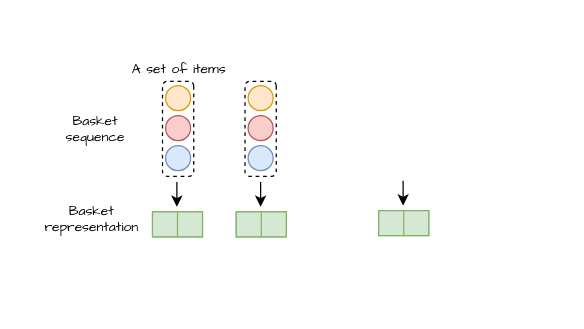
The draw.io diagram 未命名绘图.drawio in wenqisun/data, before the edit. Source tidied: cells renumbered, new cells numbered last; positions are measured from the earlier drawing's top-left corner, leaving out a move shared by most shapes. Both pictures are drawn from the tidied source at 125%, with x=0, y=0 at pixel (54, 48).
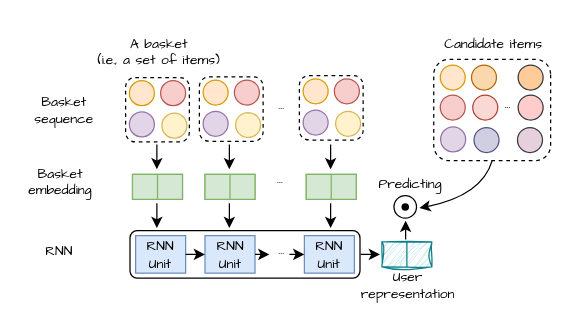
Above is the later version.

Commit message:
更新未命名绘图.drawio

The edit, as a diff of the source:
```diff
@@
-    <mxCell id="2" value="&lt;p style=&quot;line-height: 0%;&quot;&gt;&lt;font face=&quot;Comic Sans MS&quot; style=&quot;font-size: 11px;&quot;&gt;A set of items&lt;/font&gt;&lt;/p&gt;" style="text;strokeColor=none;align=center;fillColor=none;html=1;verticalAlign=middle;whiteSpace=wrap;rounded=0;dashed=1;" parent="1" vertex="1">
-      <mxGeometry x="55" y="0.5" width="90" height="30" as="geometry" />
+    <mxCell id="2" value="&lt;p style=&quot;line-height: 0%;&quot;&gt;&lt;font face=&quot;Comic Sans MS&quot; style=&quot;font-size: 11px;&quot;&gt;A basket&lt;/font&gt;&lt;/p&gt;&lt;p style=&quot;line-height: 0%;&quot;&gt;&lt;font face=&quot;Comic Sans MS&quot; style=&quot;font-size: 11px;&quot;&gt;(i.e., a set of items)&lt;/font&gt;&lt;/p&gt;" style="text;strokeColor=none;align=center;fillColor=none;html=1;verticalAlign=middle;whiteSpace=wrap;rounded=0;dashed=1;" parent="1" vertex="1">
+      <mxGeometry x="5.5" y="-15" width="156" height="33.5" as="geometry" />
     </mxCell>
     <mxCell id="3" value="&lt;p style=&quot;line-height: 0%;&quot;&gt;&lt;font face=&quot;Comic Sans MS&quot; style=&quot;font-size: 11px;&quot;&gt;Basket&lt;/font&gt;&lt;/p&gt;&lt;p style=&quot;line-height: 0%;&quot;&gt;&lt;font face=&quot;Comic Sans MS&quot; style=&quot;font-size: 11px;&quot;&gt;sequence&lt;/font&gt;&lt;/p&gt;" style="text;strokeColor=none;align=center;fillColor=none;html=1;verticalAlign=middle;whiteSpace=wrap;rounded=0;dashed=1;" parent="1" vertex="1">
-      <mxGeometry x="3" y="49" width="60" height="30" as="geometry" />
+      <mxGeometry x="-22" y="34" width="60" height="30" as="geometry" />
     </mxCell>
     <mxCell id="4" style="endArrow=classic;html=1;rounded=0;fontFamily=Comic Sans MS;fontSize=11;" parent="1" edge="1">
       <mxGeometry relative="1" as="geometry">
-        <mxPoint x="98" y="107" as="sourcePoint" />
-        <mxPoint x="98" y="127" as="targetPoint" />
+        <mxPoint x="82" y="77" as="sourcePoint" />
+        <mxPoint x="82" y="97" as="targetPoint" />
       </mxGeometry>
     </mxCell>
     <mxCell id="5" style="group;fillColor=#d5e8d4;strokeColor=#82b366;" parent="1" vertex="1">
-      <mxGeometry x="78.5" y="131" width="40" height="20" as="geometry" />
+      <mxGeometry x="62.5" y="101" width="40" height="20" as="geometry" />
     </mxCell>
@@
-    <mxCell id="8" value="&lt;p style=&quot;line-height: 0%;&quot;&gt;&lt;font face=&quot;Comic Sans MS&quot; style=&quot;font-size: 11px;&quot;&gt;Basket&lt;/font&gt;&lt;/p&gt;&lt;p style=&quot;line-height: 0%;&quot;&gt;&lt;font face=&quot;Comic Sans MS&quot;&gt;&lt;span style=&quot;font-size: 11px;&quot;&gt;representation&lt;/span&gt;&lt;/font&gt;&lt;/p&gt;" style="text;strokeColor=none;align=center;fillColor=none;html=1;verticalAlign=middle;whiteSpace=wrap;rounded=0;dashed=1;" parent="1" vertex="1">
-      <mxGeometry y="121" width="60" height="30" as="geometry" />
+    <mxCell id="8" value="&lt;p style=&quot;line-height: 0%;&quot;&gt;&lt;font face=&quot;Comic Sans MS&quot; style=&quot;font-size: 11px;&quot;&gt;Basket&lt;/font&gt;&lt;/p&gt;&lt;p style=&quot;line-height: 0%;&quot;&gt;&lt;font face=&quot;Comic Sans MS&quot;&gt;&lt;span style=&quot;font-size: 11px;&quot;&gt;embedding&lt;/span&gt;&lt;/font&gt;&lt;/p&gt;" style="text;strokeColor=none;align=center;fillColor=none;html=1;verticalAlign=middle;whiteSpace=wrap;rounded=0;dashed=1;" parent="1" vertex="1">
+      <mxGeometry x="-25" y="91" width="60" height="30" as="geometry" />
     </mxCell>
     <mxCell id="9" style="endArrow=classic;html=1;rounded=0;fontFamily=Comic Sans MS;fontSize=11;" parent="1" edge="1">
       <mxGeometry relative="1" as="geometry">
-        <mxPoint x="165" y="107" as="sourcePoint" />
-        <mxPoint x="165" y="127" as="targetPoint" />
+        <mxPoint x="140" y="77" as="sourcePoint" />
+        <mxPoint x="140" y="97" as="targetPoint" />
       </mxGeometry>
     </mxCell>
     <mxCell id="10" style="group;fillColor=#d5e8d4;strokeColor=#82b366;" parent="1" vertex="1">
-      <mxGeometry x="145.5" y="131" width="40" height="20" as="geometry" />
+      <mxGeometry x="120.5" y="101" width="40" height="20" as="geometry" />
     </mxCell>
@@
     <mxCell id="13" style="endArrow=classic;html=1;rounded=0;fontFamily=Comic Sans MS;fontSize=11;" parent="1" edge="1">
       <mxGeometry relative="1" as="geometry">
-        <mxPoint x="279" y="106" as="sourcePoint" />
-        <mxPoint x="279" y="126" as="targetPoint" />
+        <mxPoint x="221" y="77" as="sourcePoint" />
+        <mxPoint x="221" y="97" as="targetPoint" />
       </mxGeometry>
     </mxCell>
     <mxCell id="14" style="group;fillColor=#d5e8d4;strokeColor=#82b366;" parent="1" vertex="1">
-      <mxGeometry x="259.5" y="130" width="40" height="20" as="geometry" />
+      <mxGeometry x="201.5" y="101" width="40" height="20" as="geometry" />
     </mxCell>
@@
-    <mxCell id="17" style="group;" parent="1" vertex="1">
-      <mxGeometry x="86.5" y="26.5" width="25" height="76" as="geometry" />
-    </mxCell>
+    <mxCell id="27" value="&lt;p style=&quot;line-height: 0%;&quot;&gt;&lt;font face=&quot;Comic Sans MS&quot;&gt;&lt;span style=&quot;font-size: 11px;&quot;&gt;...&lt;/span&gt;&lt;/font&gt;&lt;/p&gt;" style="text;strokeColor=none;align=center;fillColor=none;html=1;verticalAlign=middle;whiteSpace=wrap;rounded=0;dashed=1;" parent="1" vertex="1">
+      <mxGeometry x="166.5" y="30" width="30" height="30" as="geometry" />
+    </mxCell>
+    <mxCell id="28" value="&lt;p style=&quot;line-height: 0%;&quot;&gt;&lt;font face=&quot;Comic Sans MS&quot;&gt;&lt;span style=&quot;font-size: 11px;&quot;&gt;...&lt;/span&gt;&lt;/font&gt;&lt;/p&gt;" style="text;strokeColor=none;align=center;fillColor=none;html=1;verticalAlign=middle;whiteSpace=wrap;rounded=0;dashed=1;" parent="1" vertex="1">
+      <mxGeometry x="165.5" y="89" width="30" height="30" as="geometry" />
+    </mxCell>
+    <mxCell id="29" style="rounded=1;whiteSpace=wrap;html=1;fontFamily=Comic Sans MS;fontSize=11;" parent="1" vertex="1">
+      <mxGeometry x="60.5" y="146" width="184" height="38" as="geometry" />
+    </mxCell>
+    <mxCell id="30" value="&lt;p style=&quot;line-height: 0%;&quot;&gt;&lt;font face=&quot;Comic Sans MS&quot; style=&quot;font-size: 11px;&quot;&gt;RNN&lt;/font&gt;&lt;/p&gt;" style="text;strokeColor=none;align=center;fillColor=none;html=1;verticalAlign=middle;whiteSpace=wrap;rounded=0;dashed=1;" parent="1" vertex="1">
+      <mxGeometry x="-26" y="147" width="60" height="30" as="geometry" />
+    </mxCell>
+    <mxCell id="31" value="RNN&lt;br&gt;Unit" style="rounded=0;whiteSpace=wrap;html=1;fontFamily=Comic Sans MS;fontSize=11;fillColor=#dae8fc;strokeColor=#6c8ebf;" parent="1" vertex="1">
+      <mxGeometry x="65" y="150" width="40" height="30" as="geometry" />
+    </mxCell>
+    <mxCell id="32" value="RNN&lt;br&gt;Unit" style="rounded=0;whiteSpace=wrap;html=1;fontFamily=Comic Sans MS;fontSize=11;fillColor=#dae8fc;strokeColor=#6c8ebf;" parent="1" vertex="1">
+      <mxGeometry x="120.5" y="150" width="40" height="30" as="geometry" />
+    </mxCell>
+    <mxCell id="33" value="RNN&lt;br&gt;Unit" style="rounded=0;whiteSpace=wrap;html=1;fontFamily=Comic Sans MS;fontSize=11;fillColor=#dae8fc;strokeColor=#6c8ebf;" parent="1" vertex="1">
+      <mxGeometry x="200" y="150" width="40" height="30" as="geometry" />
+    </mxCell>
+    <mxCell id="34" style="endArrow=classic;html=1;rounded=0;fontFamily=Comic Sans MS;fontSize=11;" parent="1" edge="1">
+      <mxGeometry relative="1" as="geometry">
+        <mxPoint x="82" y="124" as="sourcePoint" />
+        <mxPoint x="82" y="144" as="targetPoint" />
+      </mxGeometry>
+    </mxCell>
+    <mxCell id="35" style="endArrow=classic;html=1;rounded=0;fontFamily=Comic Sans MS;fontSize=11;" parent="1" edge="1">
+      <mxGeometry relative="1" as="geometry">
+        <mxPoint x="140" y="124" as="sourcePoint" />
+        <mxPoint x="140" y="144" as="targetPoint" />
+      </mxGeometry>
+    </mxCell>
+    <mxCell id="36" style="endArrow=classic;html=1;rounded=0;fontFamily=Comic Sans MS;fontSize=11;exitX=1;exitY=0.5;exitDx=0;exitDy=0;" parent="1" edge="1" source="32">
+      <mxGeometry relative="1" as="geometry">
+        <mxPoint x="172" y="165" as="targetPoint" />
+      </mxGeometry>
+    </mxCell>
+    <mxCell id="37" style="endArrow=classic;html=1;rounded=0;fontFamily=Comic Sans MS;fontSize=11;" parent="1" edge="1">
+      <mxGeometry relative="1" as="geometry">
+        <mxPoint x="221" y="124" as="sourcePoint" />
+        <mxPoint x="221" y="144" as="targetPoint" />
+      </mxGeometry>
+    </mxCell>
+    <mxCell id="38" style="endArrow=classic;html=1;rounded=0;fontFamily=Comic Sans MS;fontSize=11;entryX=0;entryY=0.5;entryDx=0;entryDy=0;exitX=1;exitY=0.5;exitDx=0;exitDy=0;" parent="1" edge="1" source="31" target="32">
+      <mxGeometry relative="1" as="geometry" />
+    </mxCell>
+    <mxCell id="39" style="endArrow=classic;html=1;rounded=0;fontFamily=Comic Sans MS;fontSize=11;entryX=0;entryY=0.5;entryDx=0;entryDy=0;" parent="1" edge="1" target="33">
+      <mxGeometry relative="1" as="geometry">
+        <mxPoint x="188" y="165" as="sourcePoint" />
+      </mxGeometry>
+    </mxCell>
+    <mxCell id="40" value="&lt;p style=&quot;line-height: 0%;&quot;&gt;&lt;font face=&quot;Comic Sans MS&quot;&gt;&lt;span style=&quot;font-size: 11px;&quot;&gt;...&lt;/span&gt;&lt;/font&gt;&lt;/p&gt;" style="text;strokeColor=none;align=center;fillColor=none;html=1;verticalAlign=middle;whiteSpace=wrap;rounded=0;dashed=1;" parent="1" vertex="1">
+      <mxGeometry x="166.5" y="146" width="30" height="30" as="geometry" />
+    </mxCell>
+    <mxCell id="41" style="endArrow=classic;html=1;rounded=0;fontFamily=Comic Sans MS;fontSize=11;entryX=0;entryY=0.5;entryDx=0;entryDy=0;exitX=1;exitY=0.5;exitDx=0;exitDy=0;" parent="1" edge="1">
+      <mxGeometry relative="1" as="geometry">
+        <mxPoint x="245" y="165" as="sourcePoint" />
+        <mxPoint x="260.5" y="165" as="targetPoint" />
+      </mxGeometry>
+    </mxCell>
+    <mxCell id="42" value="&lt;p style=&quot;line-height: 0%;&quot;&gt;&lt;font face=&quot;Comic Sans MS&quot;&gt;&lt;span style=&quot;font-size: 11px;&quot;&gt;User&lt;/span&gt;&lt;/font&gt;&lt;/p&gt;&lt;p style=&quot;line-height: 0%;&quot;&gt;&lt;font face=&quot;Comic Sans MS&quot;&gt;&lt;span style=&quot;font-size: 11px;&quot;&gt;representation&lt;/span&gt;&lt;/font&gt;&lt;/p&gt;" style="text;strokeColor=none;align=center;fillColor=none;html=1;verticalAlign=middle;whiteSpace=wrap;rounded=0;dashed=1;" parent="1" vertex="1">
+      <mxGeometry x="242.5" y="178" width="80" height="22" as="geometry" />
+    </mxCell>
+    <mxCell id="43" style="group;" parent="1" vertex="1">
+      <mxGeometry x="270.7" y="117" width="20" height="20" as="geometry" />
+    </mxCell>
+    <mxCell id="44" style="ellipse;whiteSpace=wrap;html=1;fontFamily=Comic Sans MS;fontSize=11;" parent="43" vertex="1">
+      <mxGeometry x="1" y="1" width="18" height="18" as="geometry" />
+    </mxCell>
+    <mxCell id="45" style="shape=waypoint;sketch=0;fillStyle=solid;size=6;fillColor=none;perimeter=centerPerimeter;fontFamily=Comic Sans MS;fontSize=3;" parent="43" vertex="1">
+      <mxGeometry width="20" height="20" as="geometry" />
+    </mxCell>
+    <mxCell id="46" style="rounded=0;whiteSpace=wrap;html=1;fontFamily=Comic Sans MS;fontSize=11;fillColor=#b0e3e6;strokeColor=#0e8088;sketch=1;curveFitting=1;jiggle=2;" parent="1" vertex="1">
+      <mxGeometry x="262" y="155" width="40" height="20" as="geometry" />
+    </mxCell>
+    <mxCell id="47" style="endArrow=none;html=1;rounded=0;fontFamily=Comic Sans MS;fontSize=11;entryX=0.5;entryY=0;entryDx=0;entryDy=0;exitX=0.5;exitY=1;exitDx=0;exitDy=0;fillColor=#b0e3e6;strokeColor=#0e8088;" parent="1" edge="1" source="46" target="46">
+      <mxGeometry relative="1" as="geometry" />
+    </mxCell>
+    <mxCell id="48" style="curved=1;endArrow=classic;html=1;rounded=1;fontFamily=Comic Sans MS;fontSize=3;startSize=1;endSize=6;exitX=1;exitY=0.5;exitDx=0;exitDy=0;" parent="1" edge="1" source="65">
+      <mxGeometry relative="1" as="geometry">
+        <mxPoint x="292" y="128" as="targetPoint" />
+        <Array as="points">
+          <mxPoint x="342" y="118" />
+        </Array>
+      </mxGeometry>
+    </mxCell>
+    <mxCell id="49" style="endArrow=classic;html=1;rounded=0;fontFamily=Comic Sans MS;fontSize=11;exitX=0.5;exitY=0;exitDx=0;exitDy=0;" parent="1" edge="1">
+      <mxGeometry relative="1" as="geometry">
+        <mxPoint x="281" y="153" as="sourcePoint" />
+        <mxPoint x="281" y="138" as="targetPoint" />
+      </mxGeometry>
+    </mxCell>
+    <mxCell id="50" style="group;" parent="1" vertex="1">
+      <mxGeometry x="57" y="23.5" width="51" height="51.5" as="geometry" />
+    </mxCell>
-    <mxCell id="18" style="rounded=1;whiteSpace=wrap;html=1;dashed=1;direction=south;" parent="17" vertex="1">
-      <mxGeometry width="25" height="76" as="geometry" />
+    <mxCell id="18" style="rounded=1;whiteSpace=wrap;html=1;dashed=1;direction=south;" parent="50" vertex="1">
+      <mxGeometry width="51" height="51.5" as="geometry" />
     </mxCell>
-    <mxCell id="19" style="ellipse;whiteSpace=wrap;html=1;fillColor=#ffe6cc;strokeColor=#d79b00;" parent="17" vertex="1">
-      <mxGeometry x="2.5" y="3.5" width="20" height="20" as="geometry" />
+    <mxCell id="19" style="ellipse;whiteSpace=wrap;html=1;fillColor=#ffe6cc;strokeColor=#d79b00;" parent="50" vertex="1">
+      <mxGeometry x="3" y="2.5" width="20" height="20" as="geometry" />
     </mxCell>
-    <mxCell id="20" style="ellipse;whiteSpace=wrap;html=1;fillColor=#dae8fc;strokeColor=#6c8ebf;" parent="17" vertex="1">
-      <mxGeometry x="2.5" y="51.5" width="20" height="20" as="geometry" />
+    <mxCell id="20" style="ellipse;whiteSpace=wrap;html=1;fillColor=#e1d5e7;strokeColor=#9673a6;" parent="50" vertex="1">
+      <mxGeometry x="3" y="27.5" width="20" height="20" as="geometry" />
     </mxCell>
-    <mxCell id="21" style="ellipse;whiteSpace=wrap;html=1;fillColor=#f8cecc;strokeColor=#b85450;" parent="17" vertex="1">
-      <mxGeometry x="2.5" y="27.5" width="20" height="20" as="geometry" />
+    <mxCell id="21" style="ellipse;whiteSpace=wrap;html=1;fillColor=#f8cecc;strokeColor=#b85450;" parent="50" vertex="1">
+      <mxGeometry x="28" y="2.5" width="20" height="20" as="geometry" />
     </mxCell>
-    <mxCell id="22" style="group;" parent="1" vertex="1">
-      <mxGeometry x="152.5" y="26.5" width="25" height="76" as="geometry" />
-    </mxCell>
-    <mxCell id="23" style="rounded=1;whiteSpace=wrap;html=1;dashed=1;direction=south;" parent="22" vertex="1">
-      <mxGeometry width="25" height="76" as="geometry" />
-    </mxCell>
-    <mxCell id="24" style="ellipse;whiteSpace=wrap;html=1;fillColor=#ffe6cc;strokeColor=#d79b00;" parent="22" vertex="1">
-      <mxGeometry x="2.5" y="3.5" width="20" height="20" as="geometry" />
-    </mxCell>
-    <mxCell id="25" style="ellipse;whiteSpace=wrap;html=1;fillColor=#dae8fc;strokeColor=#6c8ebf;" parent="22" vertex="1">
-      <mxGeometry x="2.5" y="51.5" width="20" height="20" as="geometry" />
-    </mxCell>
-    <mxCell id="26" style="ellipse;whiteSpace=wrap;html=1;fillColor=#f8cecc;strokeColor=#b85450;" parent="22" vertex="1">
-      <mxGeometry x="2.5" y="27.5" width="20" height="20" as="geometry" />
-    </mxCell>
+    <mxCell id="51" style="ellipse;whiteSpace=wrap;html=1;fillColor=#fff2cc;strokeColor=#d6b656;" parent="50" vertex="1">
+      <mxGeometry x="29" y="28.5" width="20" height="20" as="geometry" />
+    </mxCell>
+    <mxCell id="52" style="group;" parent="1" vertex="1">
+      <mxGeometry x="116" y="23" width="51" height="51.5" as="geometry" />
+    </mxCell>
+    <mxCell id="53" style="rounded=1;whiteSpace=wrap;html=1;dashed=1;direction=south;" parent="52" vertex="1">
+      <mxGeometry width="51" height="51.5" as="geometry" />
+    </mxCell>
+    <mxCell id="54" style="ellipse;whiteSpace=wrap;html=1;fillColor=#ffe6cc;strokeColor=#d79b00;" parent="52" vertex="1">
+      <mxGeometry x="3" y="2.5" width="20" height="20" as="geometry" />
+    </mxCell>
+    <mxCell id="55" style="ellipse;whiteSpace=wrap;html=1;fillColor=#e1d5e7;strokeColor=#9673a6;" parent="52" vertex="1">
+      <mxGeometry x="3" y="27.5" width="20" height="20" as="geometry" />
+    </mxCell>
+    <mxCell id="56" style="ellipse;whiteSpace=wrap;html=1;fillColor=#f8cecc;strokeColor=#b85450;" parent="52" vertex="1">
+      <mxGeometry x="28" y="2.5" width="20" height="20" as="geometry" />
+    </mxCell>
+    <mxCell id="57" style="ellipse;whiteSpace=wrap;html=1;fillColor=#fff2cc;strokeColor=#d6b656;" parent="52" vertex="1">
+      <mxGeometry x="29" y="28.5" width="20" height="20" as="geometry" />
+    </mxCell>
+    <mxCell id="58" style="group;" parent="1" vertex="1">
+      <mxGeometry x="196" y="22" width="51" height="51.5" as="geometry" />
+    </mxCell>
+    <mxCell id="59" style="rounded=1;whiteSpace=wrap;html=1;dashed=1;direction=south;" parent="58" vertex="1">
+      <mxGeometry width="51" height="51.5" as="geometry" />
+    </mxCell>
+    <mxCell id="60" style="ellipse;whiteSpace=wrap;html=1;fillColor=#ffe6cc;strokeColor=#d79b00;" parent="58" vertex="1">
+      <mxGeometry x="3" y="2.5" width="20" height="20" as="geometry" />
+    </mxCell>
+    <mxCell id="61" style="ellipse;whiteSpace=wrap;html=1;fillColor=#e1d5e7;strokeColor=#9673a6;" parent="58" vertex="1">
+      <mxGeometry x="3" y="27.5" width="20" height="20" as="geometry" />
+    </mxCell>
+    <mxCell id="62" style="ellipse;whiteSpace=wrap;html=1;fillColor=#f8cecc;strokeColor=#b85450;" parent="58" vertex="1">
+      <mxGeometry x="28" y="2.5" width="20" height="20" as="geometry" />
+    </mxCell>
+    <mxCell id="63" style="ellipse;whiteSpace=wrap;html=1;fillColor=#fff2cc;strokeColor=#d6b656;" parent="58" vertex="1">
+      <mxGeometry x="29" y="28.5" width="20" height="20" as="geometry" />
+    </mxCell>
+    <mxCell id="64" style="group;" parent="1" vertex="1">
+      <mxGeometry x="303.5" y="8" width="103" height="81" as="geometry" />
+    </mxCell>
+    <mxCell id="65" style="rounded=1;whiteSpace=wrap;html=1;dashed=1;direction=south;" parent="64" vertex="1">
+      <mxGeometry y="1" width="93.5" height="81" as="geometry" />
+    </mxCell>
+    <mxCell id="66" style="ellipse;whiteSpace=wrap;html=1;fillColor=#ffe6cc;strokeColor=#d79b00;" parent="64" vertex="1">
+      <mxGeometry x="5.2" y="5.5" width="20" height="20" as="geometry" />
+    </mxCell>
+    <mxCell id="67" style="ellipse;whiteSpace=wrap;html=1;fillColor=#fad7ac;strokeColor=#b46504;" parent="64" vertex="1">
+      <mxGeometry x="30.2" y="5.5" width="20" height="20" as="geometry" />
+    </mxCell>
+    <mxCell id="68" style="ellipse;whiteSpace=wrap;html=1;fillColor=#f8cecc;strokeColor=#b85450;" parent="64" vertex="1">
+      <mxGeometry x="5.2" y="29.5" width="20" height="20" as="geometry" />
+    </mxCell>
+    <mxCell id="69" style="ellipse;whiteSpace=wrap;html=1;fillColor=#fad9d5;strokeColor=#ae4132;" parent="64" vertex="1">
+      <mxGeometry x="31.2" y="29.5" width="20" height="20" as="geometry" />
+    </mxCell>
+    <mxCell id="70" style="ellipse;whiteSpace=wrap;html=1;fillColor=#ffcccc;strokeColor=#36393d;" parent="64" vertex="1">
+      <mxGeometry x="67.5" y="29.5" width="20" height="20" as="geometry" />
+    </mxCell>
+    <mxCell id="71" style="ellipse;whiteSpace=wrap;html=1;fillColor=#ffcc99;strokeColor=#36393d;" parent="64" vertex="1">
+      <mxGeometry x="67.5" y="5.5" width="20" height="20" as="geometry" />
+    </mxCell>
+    <mxCell id="72" value="&lt;p style=&quot;line-height: 0%;&quot;&gt;&lt;font face=&quot;Comic Sans MS&quot;&gt;&lt;span style=&quot;font-size: 11px;&quot;&gt;...&lt;/span&gt;&lt;/font&gt;&lt;/p&gt;" style="text;strokeColor=none;align=center;fillColor=none;html=1;verticalAlign=middle;whiteSpace=wrap;rounded=0;dashed=1;" parent="64" vertex="1">
+      <mxGeometry x="44.5" y="21" width="30" height="30" as="geometry" />
+    </mxCell>
+    <mxCell id="73" style="ellipse;whiteSpace=wrap;html=1;fillColor=#e1d5e7;strokeColor=#9673a6;" parent="64" vertex="1">
+      <mxGeometry x="5.5" y="55" width="20" height="20" as="geometry" />
+    </mxCell>
+    <mxCell id="74" style="ellipse;whiteSpace=wrap;html=1;fillColor=#d0cee2;strokeColor=#56517e;" parent="64" vertex="1">
+      <mxGeometry x="32.2" y="55.5" width="20" height="20" as="geometry" />
+    </mxCell>
+    <mxCell id="75" style="ellipse;whiteSpace=wrap;html=1;fillColor=#E6D0DE;strokeColor=#36393d;" parent="64" vertex="1">
+      <mxGeometry x="67" y="55.5" width="20" height="20" as="geometry" />
+    </mxCell>
+    <mxCell id="76" value="&lt;p style=&quot;line-height: 0%;&quot;&gt;&lt;span style=&quot;font-size: 11px; font-family: &amp;quot;Comic Sans MS&amp;quot;; background-color: initial;&quot;&gt;Candidate items&lt;/span&gt;&lt;/p&gt;" style="text;strokeColor=none;align=center;fillColor=none;html=1;verticalAlign=middle;whiteSpace=wrap;rounded=0;dashed=1;" parent="64" vertex="1">
+      <mxGeometry x="-4" y="-29" width="103" height="33.5" as="geometry" />
+    </mxCell>
+    <mxCell id="77" value="&lt;p style=&quot;line-height: 0%;&quot;&gt;&lt;font face=&quot;Comic Sans MS&quot;&gt;&lt;span style=&quot;font-size: 11px;&quot;&gt;Predicting&lt;/span&gt;&lt;/font&gt;&lt;/p&gt;" style="text;strokeColor=none;align=center;fillColor=none;html=1;verticalAlign=middle;whiteSpace=wrap;rounded=0;dashed=1;" parent="1" vertex="1">
+      <mxGeometry x="244.7" y="97" width="80" height="22" as="geometry" />
+    </mxCell>
```
